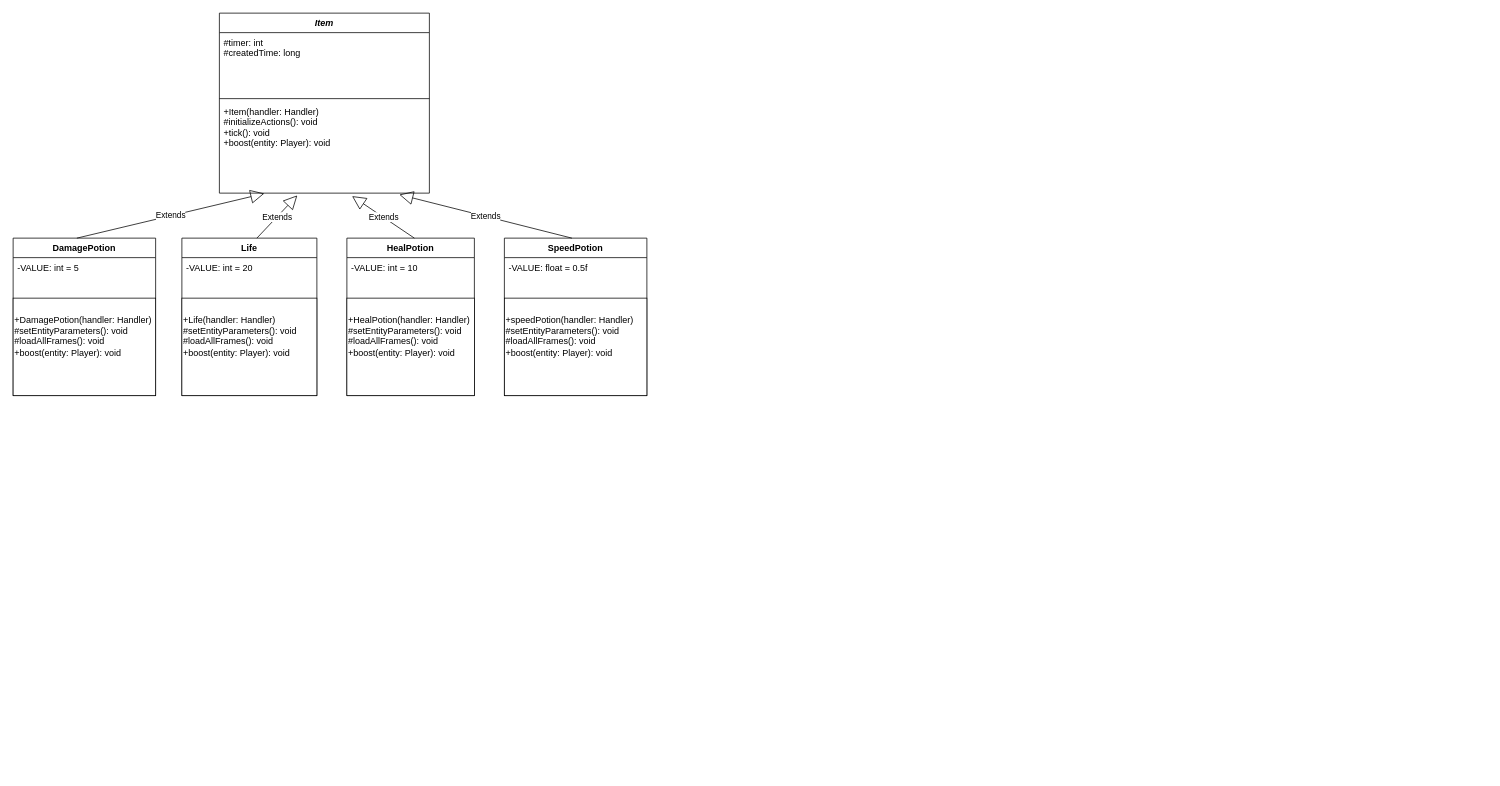
This is uml/drawio/entity/Item.drawio from TP-O/bomberman, a draw.io file, before an edit. Source tidied: cells renumbered, new cells numbered last; positions are measured from the earlier drawing's top-left corner, leaving out a move shared by most shapes. Both pictures are drawn from the tidied source at 75%, with x=0, y=0 at pixel (13, 13).
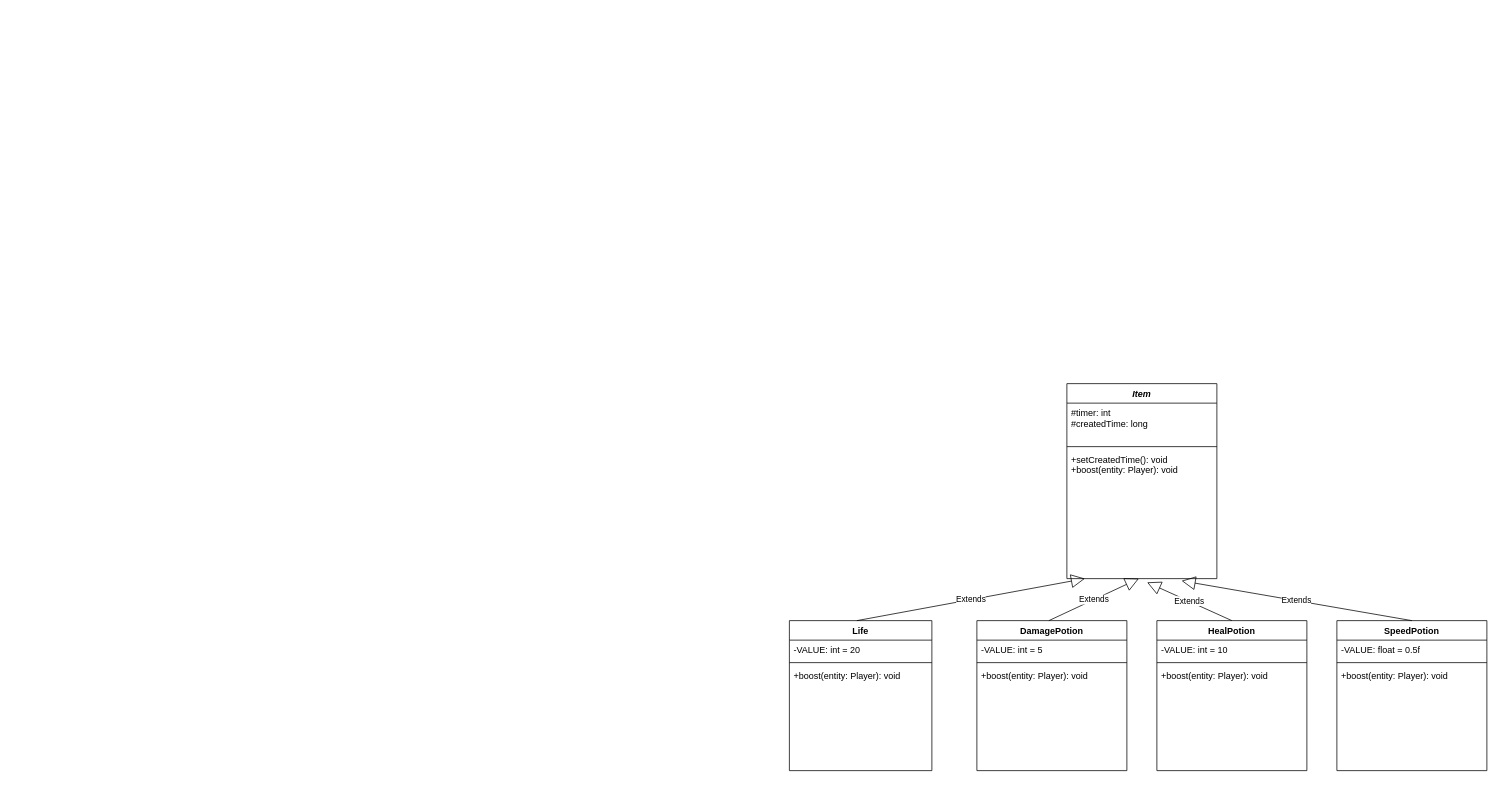
After the change.

What changed in the source:
```diff
@@
     <mxCell id="2" value="Item" style="swimlane;fontStyle=3;align=center;verticalAlign=top;horizontal=1;startSize=26;" parent="1" vertex="1">
-      <mxGeometry x="275" width="280" height="240" as="geometry" />
+      <mxGeometry x="1405" y="494" width="200" height="260" as="geometry" />
     </mxCell>
     <mxCell id="3" value="#timer: int&#10;#createdTime: long" style="text;strokeColor=none;fillColor=none;align=left;verticalAlign=top;spacingLeft=4;spacingRight=4;overflow=hidden;" parent="2" vertex="1">
-      <mxGeometry y="26" width="280" height="84" as="geometry" />
+      <mxGeometry y="26" width="200" height="54" as="geometry" />
     </mxCell>
-    <mxCell id="4" style="line;strokeWidth=1;fillColor=none;align=left;verticalAlign=middle;spacingTop=-1;spacingLeft=3;spacingRight=3;labelPosition=right;" parent="2" vertex="1">
-      <mxGeometry y="110" width="280" height="8" as="geometry" />
-    </mxCell>
-    <mxCell id="5" value="+Item(handler: Handler)&#10;#initializeActions(): void&#10;+tick(): void&#10;+boost(entity: Player): void&#10;" style="text;strokeColor=none;fillColor=none;align=left;verticalAlign=top;spacingLeft=4;spacingRight=4;overflow=hidden;points=[[0,0.5],[1,0.5]];portConstraint=eastwest;" parent="2" vertex="1">
-      <mxGeometry y="118" width="280" height="122" as="geometry" />
-    </mxCell>
+    <mxCell id="22" style="line;strokeWidth=1;fillColor=none;align=left;verticalAlign=middle;spacingTop=-1;spacingLeft=3;spacingRight=3;labelPosition=right;" parent="2" vertex="1">
+      <mxGeometry y="80" width="200" height="8" as="geometry" />
+    </mxCell>
+    <mxCell id="23" value="+setCreatedTime(): void&#10;+boost(entity: Player): void&#10;" style="text;strokeColor=none;fillColor=none;align=left;verticalAlign=top;spacingLeft=4;spacingRight=4;overflow=hidden;points=[[0,0.5],[1,0.5]];portConstraint=eastwest;" parent="2" vertex="1">
+      <mxGeometry y="88" width="200" height="172" as="geometry" />
+    </mxCell>
-    <mxCell id="6" value="DamagePotion" style="swimlane;fontStyle=1;horizontal=1;startSize=26;fillColor=none;" parent="1" vertex="1">
-      <mxGeometry y="300" width="190" height="210" as="geometry" />
+    <mxCell id="6" value="DamagePotion" style="swimlane;fontStyle=1;align=center;verticalAlign=top;horizontal=1;startSize=26;" parent="1" vertex="1">
+      <mxGeometry x="1285" y="810" width="200" height="200" as="geometry" />
     </mxCell>
-    <mxCell id="7" value="Extends" style="endArrow=block;endSize=16;endFill=0;html=1;entryX=0.214;entryY=1.004;entryDx=0;entryDy=0;entryPerimeter=0;" parent="6" edge="1" target="5">
-      <mxGeometry relative="1" as="geometry">
-        <mxPoint x="85" as="sourcePoint" />
-      </mxGeometry>
-    </mxCell>
+    <mxCell id="24" value="Extends" style="endArrow=block;endSize=16;endFill=0;html=1;entryX=0.48;entryY=1;entryDx=0;entryDy=0;entryPerimeter=0;" parent="6" edge="1" target="23">
+      <mxGeometry relative="1" as="geometry">
+        <mxPoint x="96" as="sourcePoint" />
+      </mxGeometry>
+    </mxCell>
     <mxCell id="8" value="-VALUE: int = 5" style="text;strokeColor=none;fillColor=none;align=left;verticalAlign=top;spacingLeft=4;spacingRight=4;overflow=hidden;" parent="6" vertex="1">
-      <mxGeometry y="26" width="190" height="54" as="geometry" />
+      <mxGeometry y="26" width="200" height="26" as="geometry" />
     </mxCell>
-    <mxCell id="9" value="+DamagePotion(handler: Handler)&lt;br style=&quot;padding: 0px ; margin: 0px&quot;&gt;#setEntityParameters(): void&lt;br style=&quot;padding: 0px ; margin: 0px&quot;&gt;#loadAllFrames(): void&lt;br style=&quot;padding: 0px ; margin: 0px&quot;&gt;+boost(entity: Player): void&lt;div style=&quot;padding: 0px ; margin: 0px&quot;&gt;&lt;br style=&quot;padding: 0px ; margin: 0px&quot;&gt;&lt;/div&gt;&lt;div style=&quot;padding: 0px ; margin: 0px&quot;&gt;&lt;br style=&quot;padding: 0px ; margin: 0px&quot;&gt;&lt;/div&gt;" style="html=1;align=left;" parent="6" vertex="1">
-      <mxGeometry y="80" width="190" height="130" as="geometry" />
-    </mxCell>
+    <mxCell id="25" style="line;strokeWidth=1;fillColor=none;align=left;verticalAlign=middle;spacingTop=-1;spacingLeft=3;spacingRight=3;labelPosition=right;" parent="6" vertex="1">
+      <mxGeometry y="52" width="200" height="8" as="geometry" />
+    </mxCell>
+    <mxCell id="26" value="+boost(entity: Player): void&#10;&#10;" style="text;strokeColor=none;fillColor=none;align=left;verticalAlign=top;spacingLeft=4;spacingRight=4;overflow=hidden;" parent="6" vertex="1">
+      <mxGeometry y="60" width="200" height="140" as="geometry" />
+    </mxCell>
+    <mxCell id="14" value="HealPotion" style="swimlane;fontStyle=1;align=center;verticalAlign=top;horizontal=1;startSize=26;" parent="1" vertex="1">
+      <mxGeometry x="1525" y="810" width="200" height="200" as="geometry" />
+    </mxCell>
+    <mxCell id="27" value="Extends" style="endArrow=block;endSize=16;endFill=0;html=1;entryX=0.535;entryY=1.029;entryDx=0;entryDy=0;entryPerimeter=0;" parent="14" edge="1" target="23">
+      <mxGeometry relative="1" as="geometry">
+        <mxPoint x="100" as="sourcePoint" />
+      </mxGeometry>
+    </mxCell>
+    <mxCell id="16" value="-VALUE: int = 10" style="text;strokeColor=none;fillColor=none;align=left;verticalAlign=top;spacingLeft=4;spacingRight=4;overflow=hidden;" parent="14" vertex="1">
+      <mxGeometry y="26" width="200" height="26" as="geometry" />
+    </mxCell>
+    <mxCell id="28" style="line;strokeWidth=1;fillColor=none;align=left;verticalAlign=middle;spacingTop=-1;spacingLeft=3;spacingRight=3;labelPosition=right;" parent="14" vertex="1">
+      <mxGeometry y="52" width="200" height="8" as="geometry" />
+    </mxCell>
+    <mxCell id="29" value="+boost(entity: Player): void&#10;&#10;" style="text;strokeColor=none;fillColor=none;align=left;verticalAlign=top;spacingLeft=4;spacingRight=4;overflow=hidden;" parent="14" vertex="1">
+      <mxGeometry y="60" width="200" height="140" as="geometry" />
+    </mxCell>
-    <mxCell id="10" value="Life" style="swimlane;fontStyle=1;horizontal=1;startSize=26;fillColor=none;" parent="1" vertex="1">
-      <mxGeometry x="225" y="300" width="180" height="210" as="geometry" />
+    <mxCell id="10" value="Life" style="swimlane;fontStyle=1;align=center;verticalAlign=top;horizontal=1;startSize=26;" parent="1" vertex="1">
+      <mxGeometry x="1035" y="810" width="190" height="200" as="geometry" />
     </mxCell>
-    <mxCell id="11" value="Extends" style="endArrow=block;endSize=16;endFill=0;html=1;entryX=0.371;entryY=1.025;entryDx=0;entryDy=0;entryPerimeter=0;" parent="10" edge="1" target="5">
-      <mxGeometry relative="1" as="geometry">
-        <mxPoint x="100" as="sourcePoint" />
-      </mxGeometry>
-    </mxCell>
+    <mxCell id="30" value="Extends" style="endArrow=block;endSize=16;endFill=0;html=1;entryX=0.12;entryY=1;entryDx=0;entryDy=0;entryPerimeter=0;" parent="10" edge="1" target="23">
+      <mxGeometry relative="1" as="geometry">
+        <mxPoint x="90" as="sourcePoint" />
+      </mxGeometry>
+    </mxCell>
     <mxCell id="12" value="-VALUE: int = 20" style="text;strokeColor=none;fillColor=none;align=left;verticalAlign=top;spacingLeft=4;spacingRight=4;overflow=hidden;" parent="10" vertex="1">
-      <mxGeometry y="26" width="180" height="54" as="geometry" />
+      <mxGeometry y="26" width="190" height="26" as="geometry" />
     </mxCell>
-    <mxCell id="13" value="+Life(handler: Handler)&lt;br style=&quot;padding: 0px ; margin: 0px&quot;&gt;#setEntityParameters(): void&lt;br style=&quot;padding: 0px ; margin: 0px&quot;&gt;#loadAllFrames(): void&lt;br style=&quot;padding: 0px ; margin: 0px&quot;&gt;+boost(entity: Player): void&lt;div style=&quot;padding: 0px ; margin: 0px&quot;&gt;&lt;br style=&quot;padding: 0px ; margin: 0px&quot;&gt;&lt;/div&gt;&lt;div style=&quot;padding: 0px ; margin: 0px&quot;&gt;&lt;br style=&quot;padding: 0px ; margin: 0px&quot;&gt;&lt;/div&gt;" style="html=1;align=left;" parent="10" vertex="1">
-      <mxGeometry y="80" width="180" height="130" as="geometry" />
-    </mxCell>
-    <mxCell id="14" value="HealPotion" style="swimlane;fontStyle=1;horizontal=1;startSize=26;fillColor=none;" parent="1" vertex="1">
-      <mxGeometry x="445" y="300" width="170" height="210" as="geometry" />
-    </mxCell>
-    <mxCell id="15" value="Extends" style="endArrow=block;endSize=16;endFill=0;html=1;entryX=0.632;entryY=1.033;entryDx=0;entryDy=0;entryPerimeter=0;" parent="14" edge="1" target="5">
-      <mxGeometry relative="1" as="geometry">
-        <mxPoint x="90" as="sourcePoint" />
-      </mxGeometry>
-    </mxCell>
-    <mxCell id="16" value="-VALUE: int = 10" style="text;strokeColor=none;fillColor=none;align=left;verticalAlign=top;spacingLeft=4;spacingRight=4;overflow=hidden;" parent="14" vertex="1">
-      <mxGeometry y="26" width="170" height="54" as="geometry" />
-    </mxCell>
-    <mxCell id="17" value="+HealPotion(handler: Handler)&lt;br style=&quot;padding: 0px ; margin: 0px&quot;&gt;#setEntityParameters(): void&lt;br style=&quot;padding: 0px ; margin: 0px&quot;&gt;#loadAllFrames(): void&lt;br style=&quot;padding: 0px ; margin: 0px&quot;&gt;+boost(entity: Player): void&lt;div style=&quot;padding: 0px ; margin: 0px&quot;&gt;&lt;br style=&quot;padding: 0px ; margin: 0px&quot;&gt;&lt;/div&gt;&lt;div style=&quot;padding: 0px ; margin: 0px&quot;&gt;&lt;br style=&quot;padding: 0px ; margin: 0px&quot;&gt;&lt;/div&gt;" style="html=1;align=left;" parent="14" vertex="1">
-      <mxGeometry y="80" width="170" height="130" as="geometry" />
-    </mxCell>
+    <mxCell id="31" style="line;strokeWidth=1;fillColor=none;align=left;verticalAlign=middle;spacingTop=-1;spacingLeft=3;spacingRight=3;labelPosition=right;" parent="10" vertex="1">
+      <mxGeometry y="52" width="190" height="8" as="geometry" />
+    </mxCell>
+    <mxCell id="32" value="+boost(entity: Player): void&#10;&#10;" style="text;strokeColor=none;fillColor=none;align=left;verticalAlign=top;spacingLeft=4;spacingRight=4;overflow=hidden;" parent="10" vertex="1">
+      <mxGeometry y="60" width="190" height="140" as="geometry" />
+    </mxCell>
-    <mxCell id="18" value="SpeedPotion" style="swimlane;fontStyle=1;horizontal=1;startSize=26;fillColor=none;" parent="1" vertex="1">
-      <mxGeometry x="655" y="300" width="190" height="210" as="geometry" />
+    <mxCell id="18" value="SpeedPotion" style="swimlane;fontStyle=1;align=center;verticalAlign=top;horizontal=1;startSize=26;" parent="1" vertex="1">
+      <mxGeometry x="1765" y="810" width="200" height="200" as="geometry" />
     </mxCell>
-    <mxCell id="19" value="Extends" style="endArrow=block;endSize=16;endFill=0;html=1;entryX=0.857;entryY=1.016;entryDx=0;entryDy=0;entryPerimeter=0;" parent="18" edge="1" target="5">
-      <mxGeometry relative="1" as="geometry">
-        <mxPoint x="90" as="sourcePoint" />
-      </mxGeometry>
-    </mxCell>
+    <mxCell id="33" value="Extends" style="endArrow=block;endSize=16;endFill=0;html=1;entryX=0.765;entryY=1.017;entryDx=0;entryDy=0;entryPerimeter=0;" parent="18" edge="1" target="23">
+      <mxGeometry relative="1" as="geometry">
+        <mxPoint x="100" as="sourcePoint" />
+      </mxGeometry>
+    </mxCell>
     <mxCell id="20" value="-VALUE: float = 0.5f" style="text;strokeColor=none;fillColor=none;align=left;verticalAlign=top;spacingLeft=4;spacingRight=4;overflow=hidden;" parent="18" vertex="1">
-      <mxGeometry y="26" width="190" height="54" as="geometry" />
+      <mxGeometry y="26" width="200" height="26" as="geometry" />
     </mxCell>
-    <mxCell id="21" value="+speedPotion(handler: Handler)&lt;br style=&quot;padding: 0px ; margin: 0px&quot;&gt;#setEntityParameters(): void&lt;br style=&quot;padding: 0px ; margin: 0px&quot;&gt;#loadAllFrames(): void&lt;br style=&quot;padding: 0px ; margin: 0px&quot;&gt;+boost(entity: Player): void&lt;div style=&quot;padding: 0px ; margin: 0px&quot;&gt;&lt;br style=&quot;padding: 0px ; margin: 0px&quot;&gt;&lt;/div&gt;&lt;div style=&quot;padding: 0px ; margin: 0px&quot;&gt;&lt;br style=&quot;padding: 0px ; margin: 0px&quot;&gt;&lt;/div&gt;" style="html=1;align=left;" parent="18" vertex="1">
-      <mxGeometry y="80" width="190" height="130" as="geometry" />
-    </mxCell>
+    <mxCell id="34" style="line;strokeWidth=1;fillColor=none;align=left;verticalAlign=middle;spacingTop=-1;spacingLeft=3;spacingRight=3;labelPosition=right;" parent="18" vertex="1">
+      <mxGeometry y="52" width="200" height="8" as="geometry" />
+    </mxCell>
+    <mxCell id="35" value="+boost(entity: Player): void&#10;&#10;" style="text;strokeColor=none;fillColor=none;align=left;verticalAlign=top;spacingLeft=4;spacingRight=4;overflow=hidden;" parent="18" vertex="1">
+      <mxGeometry y="60" width="200" height="140" as="geometry" />
+    </mxCell>
```
